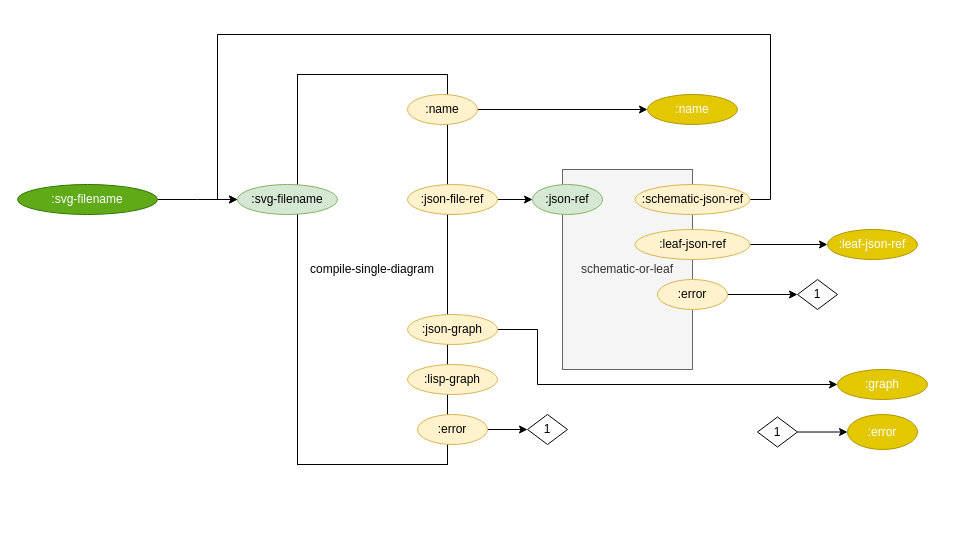
Before: page "2. build-recursive" (3 of 5) of build_process/cl-build/build.drawio in bmfbp/bmfbp, a draw.io diagram. Source tidied: cells renumbered, new cells numbered last; positions are measured from the earlier drawing's top-left corner, leaving out a move shared by most shapes. Both pictures are drawn from the tidied source at 100%, with x=0, y=0 at pixel (17, 34).
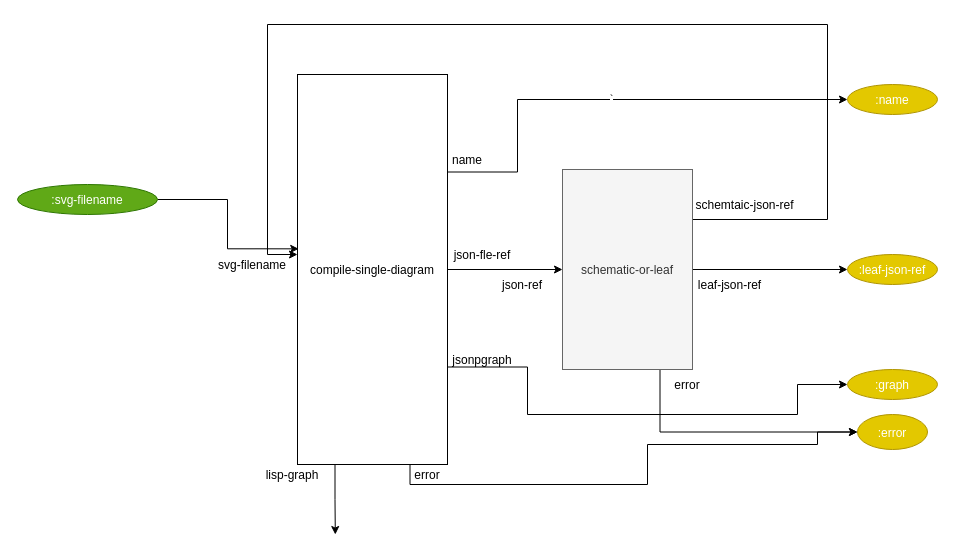
The same page after the edit.

Change to the diagram source:
```diff
@@
+    <mxCell id="31" style="edgeStyle=orthogonalEdgeStyle;rounded=0;jettySize=auto;html=1;exitX=0.75;exitY=1;exitDx=0;exitDy=0;entryX=0;entryY=0.5;entryDx=0;entryDy=0;" parent="1" edge="1" source="2" target="15">
+      <mxGeometry relative="1" as="geometry">
+        <Array as="points">
+          <mxPoint x="393" y="450" />
+          <mxPoint x="630" y="450" />
+          <mxPoint x="630" y="410" />
+          <mxPoint x="800" y="410" />
+          <mxPoint x="800" y="398" />
+        </Array>
+      </mxGeometry>
+    </mxCell>
+    <mxCell id="32" style="edgeStyle=orthogonalEdgeStyle;rounded=0;jettySize=auto;html=1;exitX=0.25;exitY=1;exitDx=0;exitDy=0;" parent="1" edge="1" source="2">
+      <mxGeometry relative="1" as="geometry">
+        <mxPoint x="317.8" y="500" as="targetPoint" />
+      </mxGeometry>
+    </mxCell>
+    <mxCell id="33" style="edgeStyle=orthogonalEdgeStyle;rounded=0;jettySize=auto;html=1;exitX=1;exitY=0.75;exitDx=0;exitDy=0;" parent="1" edge="1" source="2" target="16">
+      <mxGeometry relative="1" as="geometry">
+        <Array as="points">
+          <mxPoint x="510" y="333" />
+          <mxPoint x="510" y="380" />
+          <mxPoint x="780" y="380" />
+          <mxPoint x="780" y="350" />
+        </Array>
+      </mxGeometry>
+    </mxCell>
+    <mxCell id="34" style="edgeStyle=orthogonalEdgeStyle;rounded=0;jettySize=auto;html=1;exitX=1;exitY=0.5;exitDx=0;exitDy=0;" parent="1" edge="1" source="2" target="21">
+      <mxGeometry relative="1" as="geometry" />
+    </mxCell>
+    <mxCell id="35" value="`" style="edgeStyle=orthogonalEdgeStyle;rounded=0;jettySize=auto;html=1;exitX=1;exitY=0.25;exitDx=0;exitDy=0;" parent="1" edge="1" source="2" target="17">
+      <mxGeometry relative="1" as="geometry">
+        <Array as="points">
+          <mxPoint x="500" y="138" />
+          <mxPoint x="500" y="65" />
+        </Array>
+      </mxGeometry>
+    </mxCell>
-    <mxCell id="2" value="compile-single-diagram" style="rounded=0;whiteSpace=wrap;html=1;strokeColor=#000000;align=center;" parent="1" vertex="1">
+    <mxCell id="2" value="compile-single-diagram" style="rounded=0;strokeColor=#000000;align=center;" parent="1" vertex="1">
       <mxGeometry x="280" y="40" width="150" height="390" as="geometry" />
     </mxCell>
-    <mxCell id="3" style="edgeStyle=orthogonalEdgeStyle;rounded=0;jettySize=auto;html=1;exitX=1;exitY=0.5;exitDx=0;exitDy=0;entryX=0;entryY=0.5;entryDx=0;entryDy=0;" parent="1" edge="1" source="4" target="17">
-      <mxGeometry relative="1" as="geometry" />
-    </mxCell>
-    <mxCell id="4" value=":name" style="ellipse;whiteSpace=wrap;html=1;fillColor=#fff2cc;strokeColor=#d6b656;" parent="1" vertex="1">
-      <mxGeometry x="390" y="60" width="70" height="30" as="geometry" />
-    </mxCell>
-    <mxCell id="5" style="edgeStyle=orthogonalEdgeStyle;rounded=0;jettySize=auto;html=1;exitX=1;exitY=0.5;exitDx=0;exitDy=0;entryX=0;entryY=0.5;entryDx=0;entryDy=0;" parent="1" edge="1" source="6" target="27">
-      <mxGeometry relative="1" as="geometry" />
-    </mxCell>
-    <mxCell id="6" value=":json-file-ref" style="ellipse;whiteSpace=wrap;html=1;fillColor=#fff2cc;strokeColor=#d6b656;" parent="1" vertex="1">
-      <mxGeometry x="390" y="150" width="90" height="30" as="geometry" />
-    </mxCell>
-    <mxCell id="7" style="edgeStyle=orthogonalEdgeStyle;rounded=0;jettySize=auto;html=1;exitX=1;exitY=0.5;exitDx=0;exitDy=0;entryX=0;entryY=0.5;entryDx=0;entryDy=0;" parent="1" edge="1" source="8" target="16">
-      <mxGeometry relative="1" as="geometry">
-        <Array as="points">
-          <mxPoint x="520" y="295" />
-          <mxPoint x="520" y="350" />
-        </Array>
-      </mxGeometry>
-    </mxCell>
-    <mxCell id="8" value=":json-graph" style="ellipse;whiteSpace=wrap;html=1;fillColor=#fff2cc;strokeColor=#d6b656;" parent="1" vertex="1">
-      <mxGeometry x="390" y="280" width="90" height="30" as="geometry" />
-    </mxCell>
-    <mxCell id="9" value=":lisp-graph" style="ellipse;whiteSpace=wrap;html=1;fillColor=#fff2cc;strokeColor=#d6b656;" parent="1" vertex="1">
-      <mxGeometry x="390" y="330" width="90" height="30" as="geometry" />
-    </mxCell>
-    <mxCell id="10" style="edgeStyle=orthogonalEdgeStyle;rounded=0;jettySize=auto;html=1;exitX=1;exitY=0.5;exitDx=0;exitDy=0;" parent="1" edge="1" source="11" target="18">
-      <mxGeometry relative="1" as="geometry" />
-    </mxCell>
-    <mxCell id="11" value=":error" style="ellipse;whiteSpace=wrap;html=1;fillColor=#fff2cc;strokeColor=#d6b656;" parent="1" vertex="1">
-      <mxGeometry x="400" y="380" width="70" height="30" as="geometry" />
-    </mxCell>
-    <mxCell id="12" style="edgeStyle=orthogonalEdgeStyle;rounded=0;jettySize=auto;html=1;exitX=1;exitY=0.5;exitDx=0;exitDy=0;" parent="1" edge="1" source="13">
-      <mxGeometry relative="1" as="geometry">
-        <mxPoint x="220" y="165" as="targetPoint" />
-      </mxGeometry>
+    <mxCell id="12" style="edgeStyle=orthogonalEdgeStyle;rounded=0;jettySize=auto;html=1;exitX=1;exitY=0.5;exitDx=0;exitDy=0;entryX=0.008;entryY=0.447;entryDx=0;entryDy=0;entryPerimeter=0;" parent="1" edge="1" source="13" target="2">
+      <mxGeometry relative="1" as="geometry" />
     </mxCell>
-    <mxCell id="13" value=":svg-filename" style="ellipse;whiteSpace=wrap;html=1;fillColor=#60a917;strokeColor=#2D7600;fontColor=#ffffff;" parent="1" vertex="1">
+    <mxCell id="13" value=":svg-filename" style="ellipse;fillColor=#60a917;strokeColor=#2D7600;fontColor=#ffffff;" parent="1" vertex="1">
       <mxGeometry y="150" width="140" height="30" as="geometry" />
     </mxCell>
-    <mxCell id="14" value=":svg-filename" style="ellipse;whiteSpace=wrap;html=1;fillColor=#d5e8d4;strokeColor=#82b366;" parent="1" vertex="1">
-      <mxGeometry x="220" y="150" width="100" height="30" as="geometry" />
-    </mxCell>
-    <mxCell id="15" value=":error" style="ellipse;whiteSpace=wrap;html=1;fillColor=#e3c800;strokeColor=#B09500;fontColor=#ffffff;" parent="1" vertex="1">
-      <mxGeometry x="830" y="380" width="70" height="35" as="geometry" />
+    <mxCell id="15" value=":error" style="ellipse;fillColor=#e3c800;strokeColor=#B09500;fontColor=#ffffff;" parent="1" vertex="1">
+      <mxGeometry x="840" y="380" width="70" height="35" as="geometry" />
     </mxCell>
-    <mxCell id="16" value=":graph" style="ellipse;whiteSpace=wrap;html=1;fillColor=#e3c800;strokeColor=#B09500;fontColor=#ffffff;" parent="1" vertex="1">
-      <mxGeometry x="820" y="335" width="90" height="30" as="geometry" />
+    <mxCell id="16" value=":graph" style="ellipse;fillColor=#e3c800;strokeColor=#B09500;fontColor=#ffffff;" parent="1" vertex="1">
+      <mxGeometry x="830" y="335" width="90" height="30" as="geometry" />
     </mxCell>
-    <mxCell id="17" value=":name" style="ellipse;whiteSpace=wrap;html=1;fillColor=#e3c800;strokeColor=#B09500;fontColor=#ffffff;" parent="1" vertex="1">
-      <mxGeometry x="630" y="60" width="90" height="30" as="geometry" />
+    <mxCell id="17" value=":name" style="ellipse;fillColor=#e3c800;strokeColor=#B09500;fontColor=#ffffff;" parent="1" vertex="1">
+      <mxGeometry x="830" y="50" width="90" height="30" as="geometry" />
     </mxCell>
-    <mxCell id="18" value="1" style="rhombus;whiteSpace=wrap;html=1;" parent="1" vertex="1">
-      <mxGeometry x="510" y="380" width="40" height="30" as="geometry" />
-    </mxCell>
-    <mxCell id="19" style="edgeStyle=orthogonalEdgeStyle;rounded=0;jettySize=auto;html=1;exitX=1;exitY=0.5;exitDx=0;exitDy=0;entryX=0;entryY=0.5;entryDx=0;entryDy=0;" parent="1" edge="1" source="20" target="15">
-      <mxGeometry relative="1" as="geometry" />
-    </mxCell>
-    <mxCell id="20" value="1" style="rhombus;whiteSpace=wrap;html=1;" parent="1" vertex="1">
-      <mxGeometry x="740" y="382.5" width="40" height="30" as="geometry" />
-    </mxCell>
+    <mxCell id="36" style="edgeStyle=orthogonalEdgeStyle;rounded=0;jettySize=auto;html=1;exitX=1;exitY=0.25;exitDx=0;exitDy=0;entryX=1;entryY=0;entryDx=0;entryDy=0;" parent="1" edge="1" source="21" target="42">
+      <mxGeometry relative="1" as="geometry">
+        <Array as="points">
+          <mxPoint x="810" y="185" />
+          <mxPoint x="810" y="-10" />
+          <mxPoint x="250" y="-10" />
+          <mxPoint x="250" y="220" />
+        </Array>
+      </mxGeometry>
+    </mxCell>
+    <mxCell id="37" style="edgeStyle=orthogonalEdgeStyle;rounded=0;jettySize=auto;html=1;exitX=0.75;exitY=1;exitDx=0;exitDy=0;entryX=0;entryY=0.5;entryDx=0;entryDy=0;" parent="1" edge="1" source="21" target="15">
+      <mxGeometry relative="1" as="geometry">
+        <Array as="points">
+          <mxPoint x="643" y="398" />
+        </Array>
+      </mxGeometry>
+    </mxCell>
+    <mxCell id="38" style="edgeStyle=orthogonalEdgeStyle;rounded=0;jettySize=auto;html=1;exitX=1;exitY=0.5;exitDx=0;exitDy=0;" parent="1" edge="1" source="21" target="30">
+      <mxGeometry relative="1" as="geometry" />
+    </mxCell>
-    <mxCell id="21" value="schematic-or-leaf" style="rounded=0;whiteSpace=wrap;html=1;strokeColor=#666666;align=center;fillColor=#f5f5f5;fontColor=#333333;" parent="1" vertex="1">
+    <mxCell id="21" value="schematic-or-leaf" style="rounded=0;strokeColor=#666666;align=center;fillColor=#f5f5f5;fontColor=#333333;" parent="1" vertex="1">
       <mxGeometry x="545" y="135" width="130" height="200" as="geometry" />
     </mxCell>
-    <mxCell id="22" style="edgeStyle=orthogonalEdgeStyle;rounded=0;jettySize=auto;html=1;exitX=1;exitY=0.5;exitDx=0;exitDy=0;entryX=0;entryY=0.5;entryDx=0;entryDy=0;" parent="1" edge="1" source="23" target="14">
-      <mxGeometry relative="1" as="geometry">
-        <Array as="points">
-          <mxPoint x="753" y="165" />
-          <mxPoint x="753" />
-          <mxPoint x="200" />
-          <mxPoint x="200" y="165" />
-        </Array>
-      </mxGeometry>
-    </mxCell>
-    <mxCell id="23" value=":schematic-json-ref" style="ellipse;whiteSpace=wrap;html=1;fillColor=#fff2cc;strokeColor=#d6b656;" parent="1" vertex="1">
-      <mxGeometry x="617.5" y="150" width="115" height="30" as="geometry" />
-    </mxCell>
-    <mxCell id="24" style="edgeStyle=orthogonalEdgeStyle;rounded=0;jettySize=auto;html=1;" parent="1" edge="1" source="25" target="26">
-      <mxGeometry relative="1" as="geometry" />
-    </mxCell>
-    <mxCell id="25" value=":error" style="ellipse;whiteSpace=wrap;html=1;fillColor=#fff2cc;strokeColor=#d6b656;" parent="1" vertex="1">
-      <mxGeometry x="640" y="245" width="70" height="30" as="geometry" />
-    </mxCell>
-    <mxCell id="26" value="1" style="rhombus;whiteSpace=wrap;html=1;" parent="1" vertex="1">
-      <mxGeometry x="780" y="245" width="40" height="30" as="geometry" />
-    </mxCell>
-    <mxCell id="27" value=":json-ref" style="ellipse;whiteSpace=wrap;html=1;fillColor=#d5e8d4;strokeColor=#82b366;" parent="1" vertex="1">
-      <mxGeometry x="515" y="150" width="70" height="30" as="geometry" />
-    </mxCell>
-    <mxCell id="28" style="edgeStyle=orthogonalEdgeStyle;rounded=0;jettySize=auto;html=1;exitX=1;exitY=0.5;exitDx=0;exitDy=0;" parent="1" edge="1" source="29" target="30">
-      <mxGeometry relative="1" as="geometry" />
-    </mxCell>
-    <mxCell id="29" value=":leaf-json-ref" style="ellipse;whiteSpace=wrap;html=1;fillColor=#fff2cc;strokeColor=#d6b656;" parent="1" vertex="1">
-      <mxGeometry x="617.5" y="195" width="115" height="30" as="geometry" />
-    </mxCell>
-    <mxCell id="30" value=":leaf-json-ref" style="ellipse;whiteSpace=wrap;html=1;fillColor=#e3c800;strokeColor=#B09500;fontColor=#ffffff;" parent="1" vertex="1">
-      <mxGeometry x="810" y="195" width="90" height="30" as="geometry" />
+    <mxCell id="30" value=":leaf-json-ref" style="ellipse;fillColor=#e3c800;strokeColor=#B09500;fontColor=#ffffff;" parent="1" vertex="1">
+      <mxGeometry x="830" y="220" width="90" height="30" as="geometry" />
     </mxCell>
+    <mxCell id="39" value="error" style="text;strokeColor=none;fillColor=none;align=center;verticalAlign=middle;rounded=0;" parent="1" vertex="1">
+      <mxGeometry x="390" y="430" width="40" height="20" as="geometry" />
+    </mxCell>
+    <mxCell id="40" value="lisp-graph" style="text;strokeColor=none;fillColor=none;align=center;verticalAlign=middle;rounded=0;" parent="1" vertex="1">
+      <mxGeometry x="240" y="430" width="70" height="20" as="geometry" />
+    </mxCell>
+    <mxCell id="41" value="jsonpgraph" style="text;strokeColor=none;fillColor=none;align=center;verticalAlign=middle;rounded=0;" parent="1" vertex="1">
+      <mxGeometry x="430" y="315" width="70" height="20" as="geometry" />
+    </mxCell>
+    <mxCell id="42" value="svg-filename" style="text;strokeColor=none;fillColor=none;align=center;verticalAlign=middle;rounded=0;" parent="1" vertex="1">
+      <mxGeometry x="190" y="220" width="90" height="20" as="geometry" />
+    </mxCell>
+    <mxCell id="43" value="schemtaic-json-ref" style="text;strokeColor=none;fillColor=none;align=center;verticalAlign=middle;rounded=0;" parent="1" vertex="1">
+      <mxGeometry x="675" y="160" width="105" height="20" as="geometry" />
+    </mxCell>
+    <mxCell id="44" value="error" style="text;strokeColor=none;fillColor=none;align=center;verticalAlign=middle;rounded=0;" parent="1" vertex="1">
+      <mxGeometry x="650" y="340" width="40" height="20" as="geometry" />
+    </mxCell>
+    <mxCell id="45" value="leaf-json-ref" style="text;strokeColor=none;fillColor=none;align=center;verticalAlign=middle;rounded=0;" parent="1" vertex="1">
+      <mxGeometry x="675" y="240" width="75" height="20" as="geometry" />
+    </mxCell>
+    <mxCell id="46" value="json-fle-ref" style="text;strokeColor=none;fillColor=none;align=center;verticalAlign=middle;rounded=0;" parent="1" vertex="1">
+      <mxGeometry x="430" y="210" width="70" height="20" as="geometry" />
+    </mxCell>
+    <mxCell id="47" value="json-ref" style="text;strokeColor=none;fillColor=none;align=center;verticalAlign=middle;rounded=0;" parent="1" vertex="1">
+      <mxGeometry x="470" y="240" width="70" height="20" as="geometry" />
+    </mxCell>
+    <mxCell id="48" value="name" style="text;strokeColor=none;fillColor=none;align=center;verticalAlign=middle;rounded=0;" parent="1" vertex="1">
+      <mxGeometry x="430" y="115" width="40" height="20" as="geometry" />
+    </mxCell>
```
